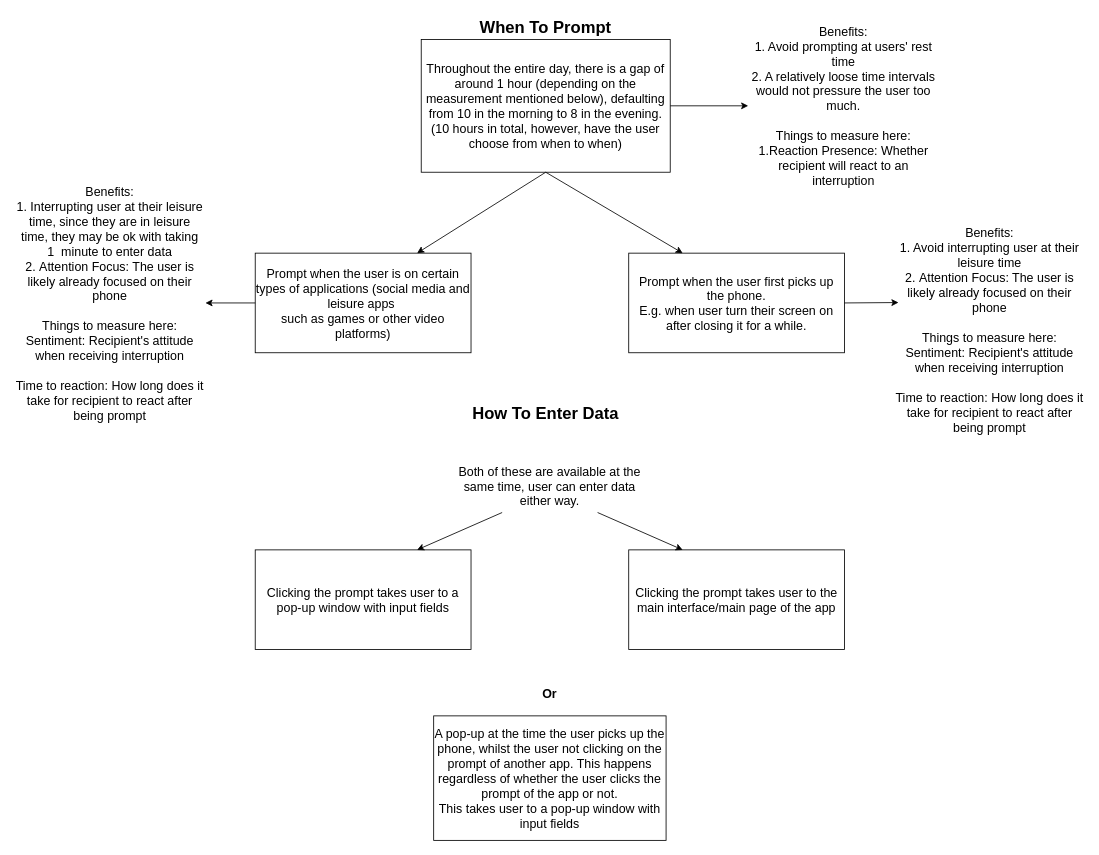
Before: Design and Spec/Prompting system.drawio in Harry-Liu23/Notifying-and-Prompting-Users-Enter-Data, a draw.io diagram. Source tidied: cells renumbered, new cells numbered last; positions are measured from the earlier drawing's top-left corner, leaving out a move shared by most shapes. Both pictures are drawn from the tidied source at 83%, with x=0, y=0 at pixel (14, 14).
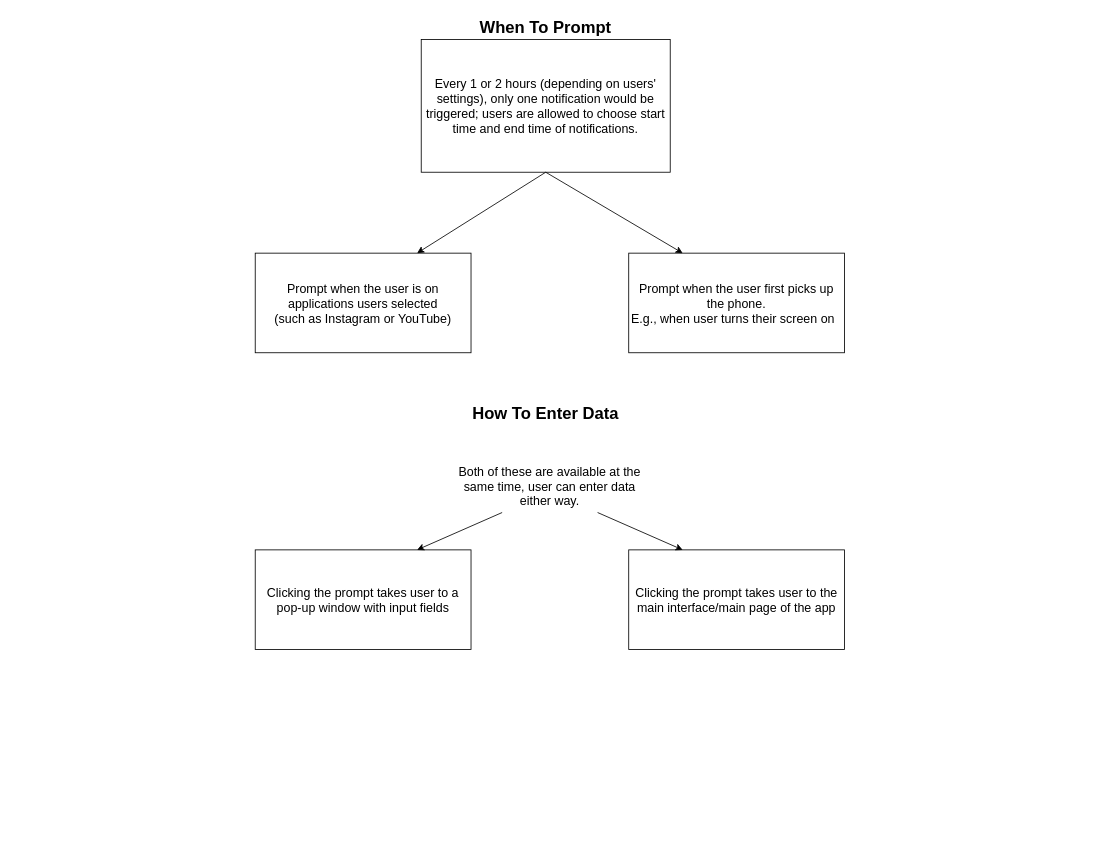
Above is the later version.

The edit, as a diff of the source:
```diff
@@
-    <mxCell id="2" value="&lt;font style=&quot;font-size: 15px;&quot;&gt;Throughout the entire day, there is a gap of around 1 hour (depending on the measurement mentioned below), defaulting from 10 in the morning to 8 in the evening.&lt;/font&gt;&lt;div style=&quot;font-size: 15px;&quot;&gt;&lt;font style=&quot;font-size: 15px;&quot;&gt;(10 hours in total, however, have the user choose from when to when)&lt;/font&gt;&lt;/div&gt;" style="rounded=0;whiteSpace=wrap;html=1;" parent="1" vertex="1">
+    <mxCell id="2" value="&lt;span style=&quot;font-size: 15px;&quot;&gt;Every 1 or 2 hours (depending on users' settings), only one notification would be triggered; users are allowed to choose start time and end time of notifications.&lt;/span&gt;" style="rounded=0;whiteSpace=wrap;html=1;" parent="1" vertex="1">
       <mxGeometry x="490" y="30" width="300" height="160" as="geometry" />
     </mxCell>
-    <mxCell id="3" style="endArrow=classic;html=1;rounded=0;entryX=0;entryY=0.5;entryDx=0;entryDy=0;" parent="1" edge="1" source="2" target="4">
-      <mxGeometry relative="1" as="geometry" />
-    </mxCell>
-    <mxCell id="4" value="&lt;font style=&quot;font-size: 15px;&quot;&gt;Benefits:&lt;/font&gt;&lt;div style=&quot;font-size: 15px;&quot;&gt;&lt;font style=&quot;font-size: 15px;&quot;&gt;1. Avoid prompting at users' rest time&lt;/font&gt;&lt;/div&gt;&lt;div style=&quot;font-size: 15px;&quot;&gt;&lt;font style=&quot;font-size: 15px;&quot;&gt;2. A relatively loose time intervals would not pressure the user too much.&lt;/font&gt;&lt;/div&gt;&lt;div style=&quot;font-size: 15px;&quot;&gt;&lt;font style=&quot;font-size: 15px;&quot;&gt;&lt;br&gt;&lt;/font&gt;&lt;/div&gt;&lt;div style=&quot;font-size: 15px;&quot;&gt;&lt;font style=&quot;font-size: 15px;&quot;&gt;Things to measure here:&lt;/font&gt;&lt;/div&gt;&lt;div style=&quot;font-size: 15px;&quot;&gt;&lt;font style=&quot;font-size: 15px;&quot;&gt;1.Reaction Presence: Whether recipient will react to an interruption&lt;/font&gt;&lt;/div&gt;" style="text;html=1;align=center;verticalAlign=middle;whiteSpace=wrap;rounded=0;" parent="1" vertex="1">
-      <mxGeometry x="884" y="45" width="230" height="130" as="geometry" />
-    </mxCell>
-    <mxCell id="5" value="&lt;font style=&quot;font-size: 15px;&quot;&gt;Prompt when the user first picks up the phone.&lt;/font&gt;&lt;div style=&quot;font-size: 15px;&quot;&gt;&lt;font style=&quot;font-size: 15px;&quot;&gt;E.g. when user turn their screen on after closing it for a while.&lt;/font&gt;&lt;/div&gt;" style="rounded=0;whiteSpace=wrap;html=1;" parent="1" vertex="1">
+    <mxCell id="5" value="&lt;font style=&quot;font-size: 15px;&quot;&gt;Prompt when the user first picks up the phone.&lt;/font&gt;&lt;div style=&quot;font-size: 15px;&quot;&gt;&lt;font style=&quot;font-size: 15px;&quot;&gt;E.g., when user turns their screen on&amp;nbsp;&amp;nbsp;&lt;/font&gt;&lt;/div&gt;" style="rounded=0;whiteSpace=wrap;html=1;" parent="1" vertex="1">
       <mxGeometry x="740" y="287.5" width="260" height="120" as="geometry" />
     </mxCell>
@@
-    <mxCell id="7" value="&lt;font style=&quot;font-size: 15px;&quot;&gt;Benefits:&lt;/font&gt;&lt;div style=&quot;font-size: 15px;&quot;&gt;&lt;font style=&quot;font-size: 15px;&quot;&gt;1. Avoid interrupting user at their leisure time&lt;/font&gt;&lt;/div&gt;&lt;div style=&quot;font-size: 15px;&quot;&gt;&lt;font style=&quot;font-size: 15px;&quot;&gt;2.&amp;nbsp;&lt;span style=&quot;background-color: initial;&quot;&gt;Attention Focus&lt;/span&gt;&lt;span style=&quot;background-color: initial;&quot;&gt;: The user is likely already focused on their phone&lt;/span&gt;&lt;/font&gt;&lt;/div&gt;&lt;div style=&quot;font-size: 15px;&quot;&gt;&lt;span style=&quot;background-color: initial;&quot;&gt;&lt;font style=&quot;font-size: 15px;&quot;&gt;&lt;br&gt;&lt;/font&gt;&lt;/span&gt;&lt;/div&gt;&lt;div style=&quot;font-size: 15px;&quot;&gt;&lt;span style=&quot;background-color: initial;&quot;&gt;&lt;font style=&quot;font-size: 15px;&quot;&gt;Things to measure here:&lt;/font&gt;&lt;/span&gt;&lt;/div&gt;&lt;div style=&quot;font-size: 15px;&quot;&gt;&lt;span style=&quot;background-color: initial;&quot;&gt;&lt;font style=&quot;font-size: 15px;&quot;&gt;&lt;div&gt;Sentiment: Recipient's attitude when receiving interruption&lt;/div&gt;&lt;div&gt;&lt;br&gt;&lt;/div&gt;&lt;div&gt;Time to reaction:&amp;nbsp;&lt;span style=&quot;background-color: initial;&quot;&gt;How long does it take for recipient to react after being prompt&lt;/span&gt;&lt;/div&gt;&lt;/font&gt;&lt;/span&gt;&lt;/div&gt;" style="text;html=1;align=center;verticalAlign=middle;whiteSpace=wrap;rounded=0;" parent="1" vertex="1">
-      <mxGeometry x="1060" y="295" width="230" height="170" as="geometry" />
-    </mxCell>
-    <mxCell id="8" style="endArrow=classic;html=1;rounded=0;entryX=0.022;entryY=0.306;entryDx=0;entryDy=0;exitX=1;exitY=0.5;exitDx=0;exitDy=0;entryPerimeter=0;" parent="1" edge="1" source="5" target="7">
-      <mxGeometry relative="1" as="geometry" />
-    </mxCell>
-    <mxCell id="9" value="&lt;font style=&quot;font-size: 15px;&quot;&gt;Prompt when the user is on certain types of applications (social media and leisure apps&amp;nbsp;&lt;/font&gt;&lt;div style=&quot;font-size: 15px;&quot;&gt;&lt;font style=&quot;font-size: 15px;&quot;&gt;such as games or other video platforms)&lt;/font&gt;&lt;/div&gt;" style="rounded=0;whiteSpace=wrap;html=1;" parent="1" vertex="1">
+    <mxCell id="9" value="&lt;font style=&quot;font-size: 15px;&quot;&gt;Prompt when the user is on applications users selected&lt;/font&gt;&lt;div&gt;&lt;font style=&quot;font-size: 15px;&quot;&gt;(&lt;/font&gt;&lt;span style=&quot;font-size: 15px; background-color: transparent; color: light-dark(rgb(0, 0, 0), rgb(255, 255, 255));&quot;&gt;such as Instagram or YouTube)&lt;/span&gt;&lt;/div&gt;" style="rounded=0;whiteSpace=wrap;html=1;" parent="1" vertex="1">
       <mxGeometry x="290" y="287.5" width="260" height="120" as="geometry" />
     </mxCell>
@@
-    <mxCell id="11" value="&lt;font style=&quot;font-size: 15px;&quot;&gt;Benefits:&lt;/font&gt;&lt;div style=&quot;font-size: 15px;&quot;&gt;&lt;font style=&quot;font-size: 15px;&quot;&gt;1. Interrupting user at their leisure time, since they are in leisure time, they may be ok with taking 1&amp;nbsp; minute to enter data&lt;/font&gt;&lt;/div&gt;&lt;div style=&quot;font-size: 15px;&quot;&gt;&lt;font style=&quot;font-size: 15px;&quot;&gt;2.&amp;nbsp;&lt;span style=&quot;background-color: initial;&quot;&gt;Attention Focus&lt;/span&gt;&lt;span style=&quot;background-color: initial;&quot;&gt;: The user is likely already focused on their phone&lt;/span&gt;&lt;/font&gt;&lt;/div&gt;&lt;div style=&quot;font-size: 15px;&quot;&gt;&lt;span style=&quot;background-color: initial;&quot;&gt;&lt;font style=&quot;font-size: 15px;&quot;&gt;&lt;br&gt;&lt;/font&gt;&lt;/span&gt;&lt;/div&gt;&lt;div style=&quot;font-size: 15px;&quot;&gt;&lt;div&gt;&lt;span style=&quot;background-color: initial;&quot;&gt;&lt;font style=&quot;font-size: 15px;&quot;&gt;Things to measure here:&lt;/font&gt;&lt;/span&gt;&lt;/div&gt;&lt;div&gt;&lt;span style=&quot;background-color: initial;&quot;&gt;&lt;font style=&quot;font-size: 15px;&quot;&gt;&lt;div&gt;Sentiment: Recipient's attitude when receiving interruption&lt;/div&gt;&lt;div&gt;&lt;br&gt;&lt;/div&gt;&lt;div&gt;Time to reaction:&amp;nbsp;&lt;span style=&quot;background-color: initial;&quot;&gt;How long does it take for recipient to react after being prompt&lt;/span&gt;&lt;/div&gt;&lt;/font&gt;&lt;/span&gt;&lt;/div&gt;&lt;/div&gt;" style="text;html=1;align=center;verticalAlign=middle;whiteSpace=wrap;rounded=0;" parent="1" vertex="1">
-      <mxGeometry y="245" width="230" height="205" as="geometry" />
-    </mxCell>
-    <mxCell id="12" style="endArrow=classic;html=1;rounded=0;entryX=1;entryY=0.5;entryDx=0;entryDy=0;exitX=0;exitY=0.5;exitDx=0;exitDy=0;" parent="1" edge="1" source="9" target="11">
-      <mxGeometry relative="1" as="geometry" />
-    </mxCell>
@@
-    <mxCell id="20" value="&lt;font style=&quot;font-size: 15px;&quot;&gt;A pop-up at the time the user picks up the phone, whilst the user not clicking on the prompt of another app. This happens regardless of whether the user clicks the prompt of the app or not.&lt;/font&gt;&lt;div&gt;&lt;font style=&quot;font-size: 15px;&quot;&gt;This takes user to a pop-up window with input fields&lt;/font&gt;&lt;/div&gt;" style="rounded=0;whiteSpace=wrap;html=1;" parent="1" vertex="1">
-      <mxGeometry x="505" y="845" width="280" height="150" as="geometry" />
-    </mxCell>
-    <mxCell id="21" value="&lt;font style=&quot;font-size: 15px;&quot;&gt;&lt;b&gt;Or&lt;/b&gt;&lt;/font&gt;" style="text;html=1;align=center;verticalAlign=middle;whiteSpace=wrap;rounded=0;" parent="1" vertex="1">
-      <mxGeometry x="530" y="785" width="230" height="65" as="geometry" />
-    </mxCell>
```
